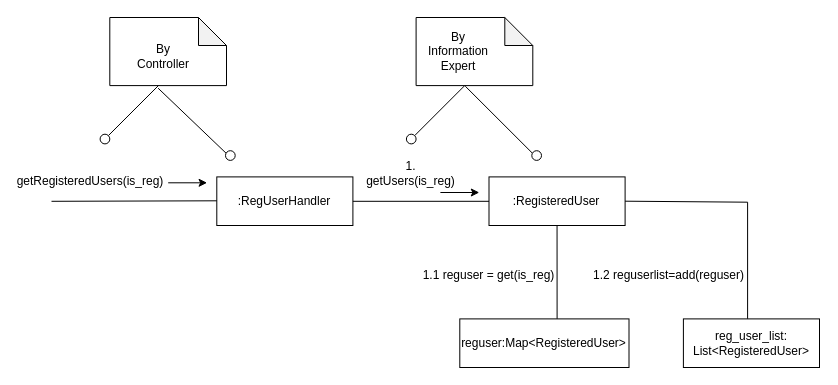
The draw.io diagram operation_diagram_1.drawio in jonamadk/DrawIO, before the edit. Source tidied: cells renumbered, new cells numbered last; positions are measured from the earlier drawing's top-left corner, leaving out a move shared by most shapes. Both pictures are drawn from the tidied source at 100%, with x=0, y=0 at pixel (51, 17).
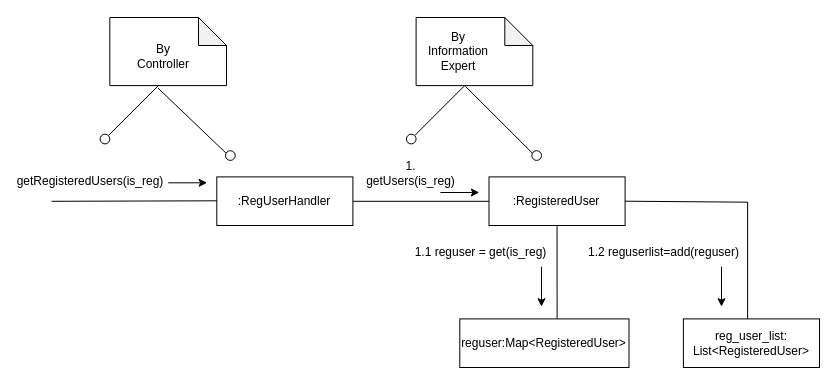
The same page after the edit.

Unchanged cells that the change refers to:
```xml
<mxCell id="2" style="group;" parent="1" vertex="1">
  <mxGeometry width="768.1" height="350" as="geometry" />
</mxCell>
```

Change to the diagram source:
```diff
@@
     <mxCell id="18" value="1.1 reguser = get(is_reg)" style="text;html=1;align=center;verticalAlign=middle;whiteSpace=wrap;rounded=0;" parent="2" vertex="1">
-      <mxGeometry x="354.9" y="243.1" width="165.3" height="29.2" as="geometry" />
+      <mxGeometry x="347" y="220" width="165.3" height="29.2" as="geometry" />
     </mxCell>
@@
     <mxCell id="29" value="1.2 reguserlist=add(reguser)" style="text;html=1;align=center;verticalAlign=middle;whiteSpace=wrap;rounded=0;" parent="2" vertex="1">
-      <mxGeometry x="534.7" y="243.1" width="165.3" height="29.2" as="geometry" />
+      <mxGeometry x="530" y="220" width="165.3" height="29.2" as="geometry" />
     </mxCell>
+    <mxCell id="30" style="endArrow=classic;html=1;rounded=0;" parent="2" edge="1">
+      <mxGeometry relative="1" as="geometry">
+        <mxPoint x="670" y="249.2" as="sourcePoint" />
+        <mxPoint x="670" y="289.2" as="targetPoint" />
+      </mxGeometry>
+    </mxCell>
+    <mxCell id="31" style="endArrow=classic;html=1;rounded=0;" parent="2" edge="1">
+      <mxGeometry relative="1" as="geometry">
+        <mxPoint x="490" y="249.2" as="sourcePoint" />
+        <mxPoint x="490" y="289.2" as="targetPoint" />
+      </mxGeometry>
+    </mxCell>
```
